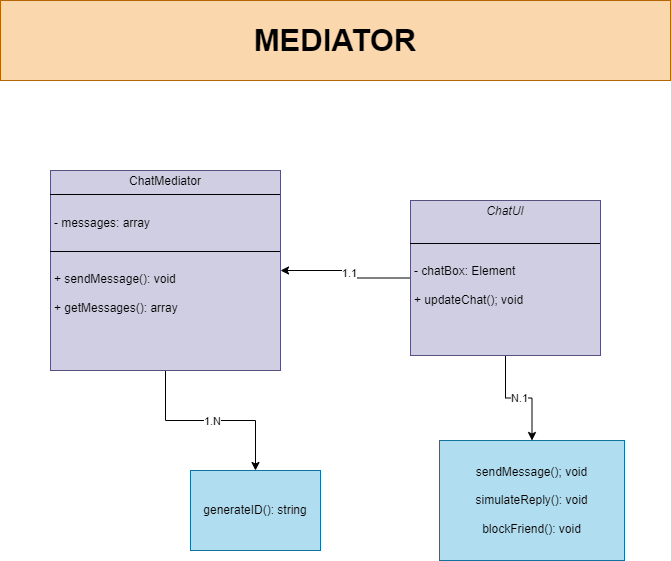
Before: MEDIATOR.png, a diagram exported from draw.io (lehhofman/PATTERNS-MEDIATOR). Source tidied: cells renumbered, new cells last; positions are measured from the earlier drawing's top-left corner, leaving out a move shared by most shapes.
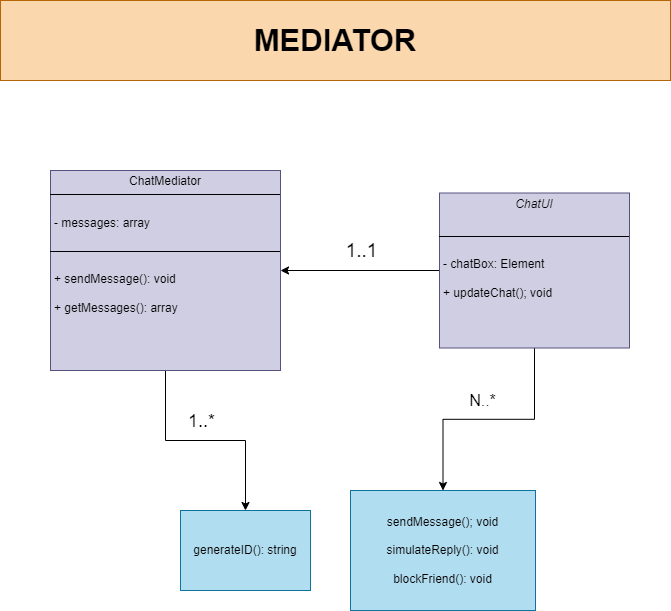
After the change.

What changed in the source:
```diff
@@ -5,32 +5,38 @@
     <mxCell id="2" style="edgeStyle=orthogonalEdgeStyle;rounded=0;jettySize=auto;html=1;exitX=0.5;exitY=1;exitDx=0;exitDy=0;entryX=0.5;entryY=0;entryDx=0;entryDy=0;" parent="1" edge="1" source="6" target="11">
       <mxGeometry relative="1" as="geometry" />
     </mxCell>
-    <mxCell id="3" value="N.1" style="edgeLabel;html=1;align=center;verticalAlign=middle;" parent="2" vertex="1">
-      <mxGeometry x="0.01" relative="1" as="geometry" />
+    <mxCell id="3" value="&lt;font style=&quot;font-size: 16px;&quot;&gt;N..*&lt;/font&gt;" style="edgeLabel;html=1;align=center;verticalAlign=middle;" parent="2" vertex="1">
+      <mxGeometry x="0.01" relative="1" as="geometry">
+        <mxPoint x="-5" y="-19" as="offset" />
+      </mxGeometry>
     </mxCell>
     <mxCell id="4" style="edgeStyle=orthogonalEdgeStyle;rounded=0;jettySize=auto;html=1;entryX=1;entryY=0.5;entryDx=0;entryDy=0;" parent="1" edge="1" source="6" target="9">
       <mxGeometry relative="1" as="geometry" />
     </mxCell>
-    <mxCell id="5" value="1.1" style="edgeLabel;html=1;align=center;verticalAlign=middle;" parent="4" vertex="1">
-      <mxGeometry x="0.02" y="-3" relative="1" as="geometry" />
+    <mxCell id="5" value="&lt;font style=&quot;font-size: 19px;&quot;&gt;1..1&lt;/font&gt;" style="edgeLabel;html=1;align=center;verticalAlign=middle;" parent="4" vertex="1">
+      <mxGeometry x="0.02" y="-3" relative="1" as="geometry">
+        <mxPoint x="2" y="-17" as="offset" />
+      </mxGeometry>
     </mxCell>
     <mxCell id="6" value="&lt;p style=&quot;margin:0px;margin-top:4px;text-align:center;&quot;&gt;&lt;i&gt;ChatUI&lt;/i&gt;&lt;/p&gt;&lt;p style=&quot;margin:0px;margin-top:4px;text-align:center;&quot;&gt;&lt;br&gt;&lt;/p&gt;&lt;hr size=&quot;1&quot; style=&quot;border-style:solid;&quot;&gt;&lt;p style=&quot;margin:0px;margin-left:4px;&quot;&gt;&lt;br&gt;&lt;/p&gt;&lt;p style=&quot;margin:0px;margin-left:4px;&quot;&gt;- chatBox: Element&lt;/p&gt;&lt;p style=&quot;margin:0px;margin-left:4px;&quot;&gt;&lt;br&gt;+ updateChat(); void&lt;/p&gt;" style="verticalAlign=top;align=left;overflow=fill;html=1;whiteSpace=wrap;fillColor=#d0cee2;strokeColor=#56517e;" parent="1" vertex="1">
-      <mxGeometry x="410" y="200" width="190" height="155" as="geometry" />
+      <mxGeometry x="439" y="192.5" width="190" height="155" as="geometry" />
     </mxCell>
     <mxCell id="7" style="edgeStyle=orthogonalEdgeStyle;rounded=0;jettySize=auto;html=1;exitX=0.5;exitY=1;exitDx=0;exitDy=0;" parent="1" edge="1" source="9" target="10">
       <mxGeometry relative="1" as="geometry" />
     </mxCell>
-    <mxCell id="8" value="1.N" style="edgeLabel;html=1;align=center;verticalAlign=middle;" parent="7" vertex="1">
-      <mxGeometry x="0.01" relative="1" as="geometry" />
+    <mxCell id="8" value="&lt;font style=&quot;font-size: 18px;&quot;&gt;1..*&lt;/font&gt;" style="edgeLabel;html=1;align=center;verticalAlign=middle;" parent="7" vertex="1">
+      <mxGeometry x="0.01" relative="1" as="geometry">
+        <mxPoint x="-6" y="-20" as="offset" />
+      </mxGeometry>
     </mxCell>
     <mxCell id="9" value="&lt;p style=&quot;margin:0px;margin-top:4px;text-align:center;&quot;&gt;ChatMediator&lt;br&gt;&lt;/p&gt;&lt;hr size=&quot;1&quot; style=&quot;border-style:solid;&quot;&gt;&lt;p style=&quot;margin:0px;margin-left:4px;&quot;&gt;&lt;br&gt;&lt;/p&gt;&lt;p style=&quot;margin:0px;margin-left:4px;&quot;&gt;- messages: array&lt;/p&gt;&lt;p style=&quot;margin:0px;margin-left:4px;&quot;&gt;&lt;br&gt;&lt;/p&gt;&lt;hr size=&quot;1&quot; style=&quot;border-style:solid;&quot;&gt;&lt;p style=&quot;margin:0px;margin-left:4px;&quot;&gt;&lt;br&gt;&lt;/p&gt;&lt;p style=&quot;margin:0px;margin-left:4px;&quot;&gt;+ sendMessage(): void&lt;/p&gt;&lt;p style=&quot;margin:0px;margin-left:4px;&quot;&gt;&lt;br&gt;+ getMessages(): array&lt;/p&gt;" style="verticalAlign=top;align=left;overflow=fill;html=1;whiteSpace=wrap;fillColor=#d0cee2;strokeColor=#56517e;" parent="1" vertex="1">
       <mxGeometry x="50" y="170" width="230" height="200" as="geometry" />
     </mxCell>
     <mxCell id="10" value="generateID(): string" style="html=1;whiteSpace=wrap;fillColor=#b1ddf0;strokeColor=#10739e;" parent="1" vertex="1">
-      <mxGeometry x="190" y="470" width="130" height="80" as="geometry" />
+      <mxGeometry x="180" y="510" width="130" height="80" as="geometry" />
     </mxCell>
     <mxCell id="11" value="sendMessage(); void&lt;div&gt;&lt;br&gt;&lt;/div&gt;&lt;div&gt;simulateReply(): void&lt;/div&gt;&lt;div&gt;&lt;br&gt;&lt;/div&gt;&lt;div&gt;blockFriend(): void&lt;/div&gt;" style="html=1;whiteSpace=wrap;fillColor=#b1ddf0;strokeColor=#10739e;" parent="1" vertex="1">
-      <mxGeometry x="439" y="440" width="185" height="120" as="geometry" />
+      <mxGeometry x="350" y="490" width="185" height="120" as="geometry" />
     </mxCell>
     <mxCell id="12" value="&lt;font style=&quot;font-size: 31px;&quot;&gt;&lt;b&gt;MEDIATOR&lt;/b&gt;&lt;/font&gt;" style="html=1;whiteSpace=wrap;fillColor=#fad7ac;strokeColor=#b46504;" parent="1" vertex="1">
       <mxGeometry width="670" height="80" as="geometry" />
```
